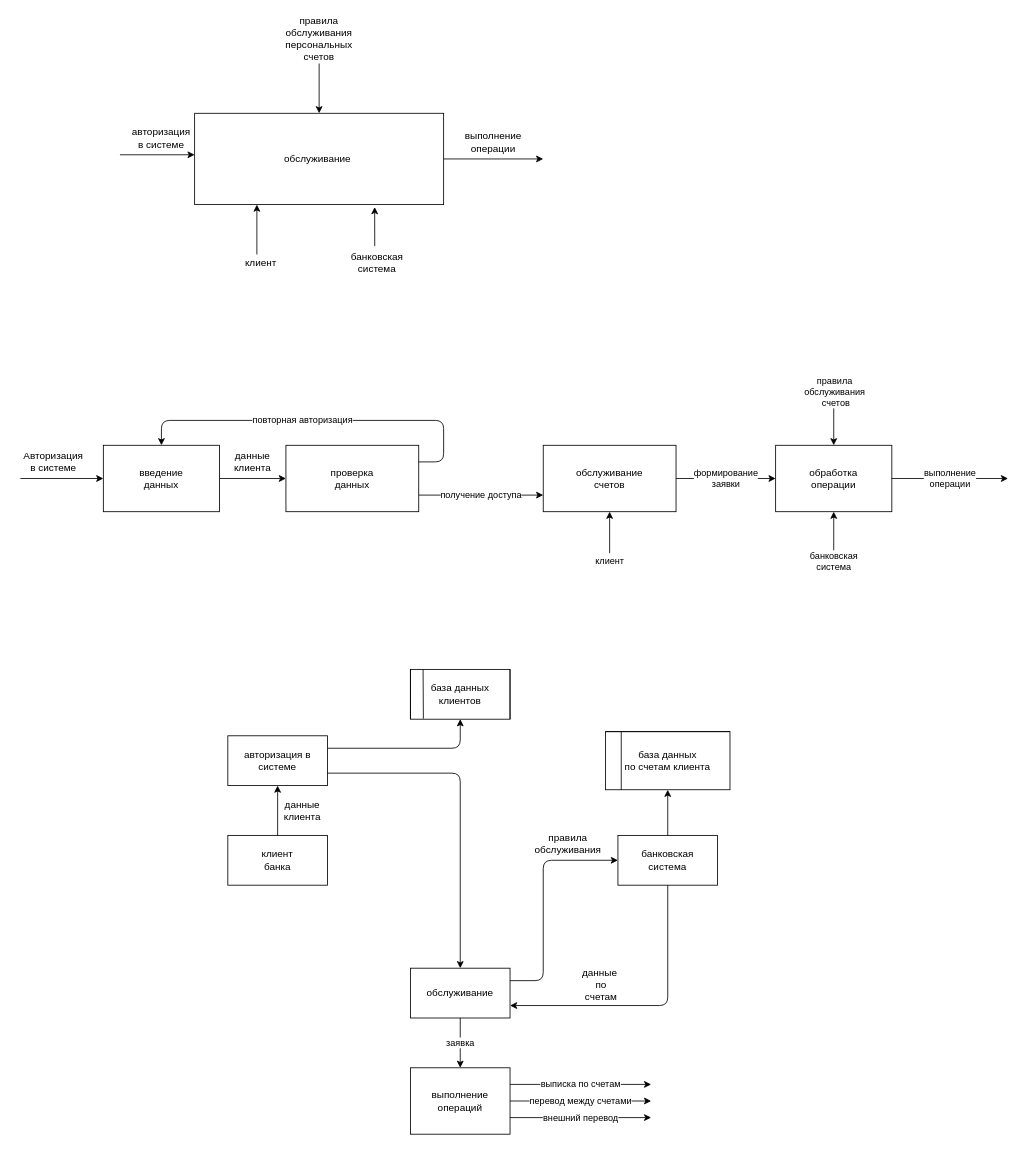
Before: lab2/lab2.drawio in ENSLERMAN/bank, a draw.io diagram. Source tidied: cells renumbered, new cells numbered last; positions are measured from the earlier drawing's top-left corner, leaving out a move shared by most shapes. Both pictures are drawn from the tidied source at 83%, with x=0, y=0 at pixel (20, 30).
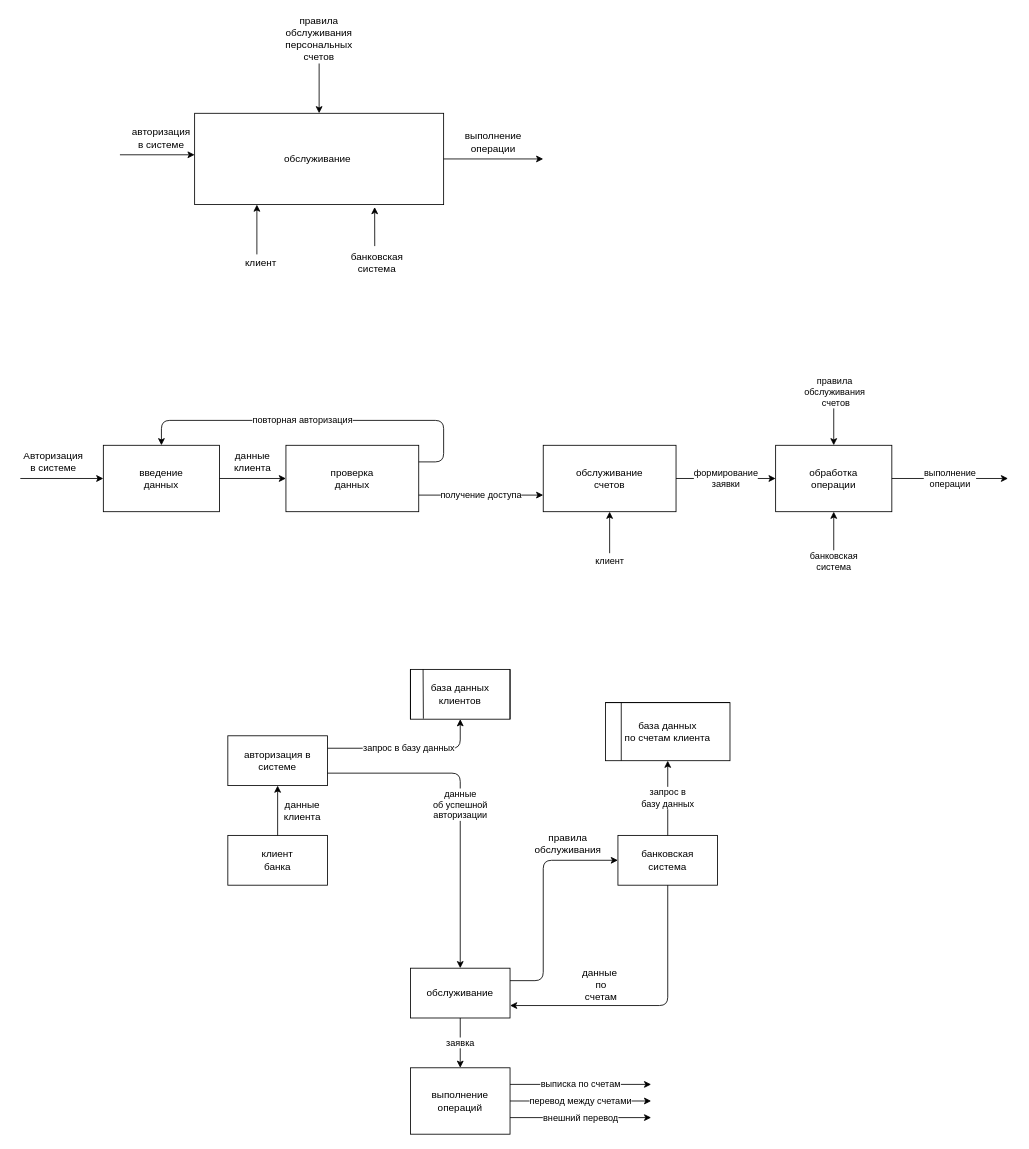
After the change.

Commit message:
x2 rework lab2

Unchanged cells that the change refers to:
```xml
<mxCell id="4" style="rounded=0;whiteSpace=wrap;html=1;" parent="1" vertex="1">
  <mxGeometry x="720" y="970" width="120" height="60" as="geometry" />
</mxCell>
<mxCell id="6" style="rounded=0;whiteSpace=wrap;html=1;" parent="1" vertex="1">
  <mxGeometry x="470" y="1130" width="120" height="60" as="geometry" />
</mxCell>
<mxCell id="14" value="база данных клиентов" style="shape=process;whiteSpace=wrap;html=1;backgroundOutline=1;size=0;" parent="1" vertex="1">
  <mxGeometry x="470" y="770" width="120" height="60" as="geometry" />
</mxCell>
<mxCell id="48" value="авторизация в системе" style="rounded=0;whiteSpace=wrap;html=1;" parent="1" vertex="1">
  <mxGeometry x="250" y="850" width="120" height="60" as="geometry" />
</mxCell>
```

The edit, as a diff of the source:
```diff
@@
-    <mxCell id="8" style="endArrow=classic;html=1;exitX=1;exitY=0.25;exitDx=0;exitDy=0;entryX=0.5;entryY=1;entryDx=0;entryDy=0;" parent="1" edge="1" source="48" target="14">
+    <mxCell id="8" value="запрос в базу данных" style="endArrow=classic;html=1;exitX=1;exitY=0.25;exitDx=0;exitDy=0;entryX=0.5;entryY=1;entryDx=0;entryDy=0;" parent="1" edge="1" source="48" target="14">
       <mxGeometry relative="1" as="geometry">
         <Array as="points">
           <mxPoint x="530" y="865" />
         </Array>
       </mxGeometry>
     </mxCell>
@@
     <mxCell id="50" value="база данных &lt;br&gt;по счетам клиента" style="shape=internalStorage;whiteSpace=wrap;html=1;backgroundOutline=1;dx=19;dy=0;" parent="1" vertex="1">
-      <mxGeometry x="705" y="845" width="150" height="70" as="geometry" />
+      <mxGeometry x="705" y="810" width="150" height="70" as="geometry" />
     </mxCell>
-    <mxCell id="51" style="endArrow=classic;html=1;exitX=0.5;exitY=0;exitDx=0;exitDy=0;entryX=0.5;entryY=1;entryDx=0;entryDy=0;" parent="1" edge="1" source="4" target="50">
+    <mxCell id="51" value="запрос в&lt;br&gt;базу данных" style="endArrow=classic;html=1;exitX=0.5;exitY=0;exitDx=0;exitDy=0;entryX=0.5;entryY=1;entryDx=0;entryDy=0;" parent="1" edge="1" source="4" target="50">
       <mxGeometry relative="1" as="geometry" />
     </mxCell>
@@
-    <mxCell id="53" style="endArrow=classic;html=1;exitX=1;exitY=0.75;exitDx=0;exitDy=0;entryX=0.5;entryY=0;entryDx=0;entryDy=0;" parent="1" edge="1" source="48" target="6">
+    <mxCell id="53" value="данные&lt;br&gt;об успешной&lt;br&gt;авторизации" style="endArrow=classic;html=1;exitX=1;exitY=0.75;exitDx=0;exitDy=0;entryX=0.5;entryY=0;entryDx=0;entryDy=0;" parent="1" edge="1" source="48" target="6">
       <mxGeometry relative="1" as="geometry">
         <Array as="points">
           <mxPoint x="530" y="895" />
         </Array>
       </mxGeometry>
     </mxCell>
```
